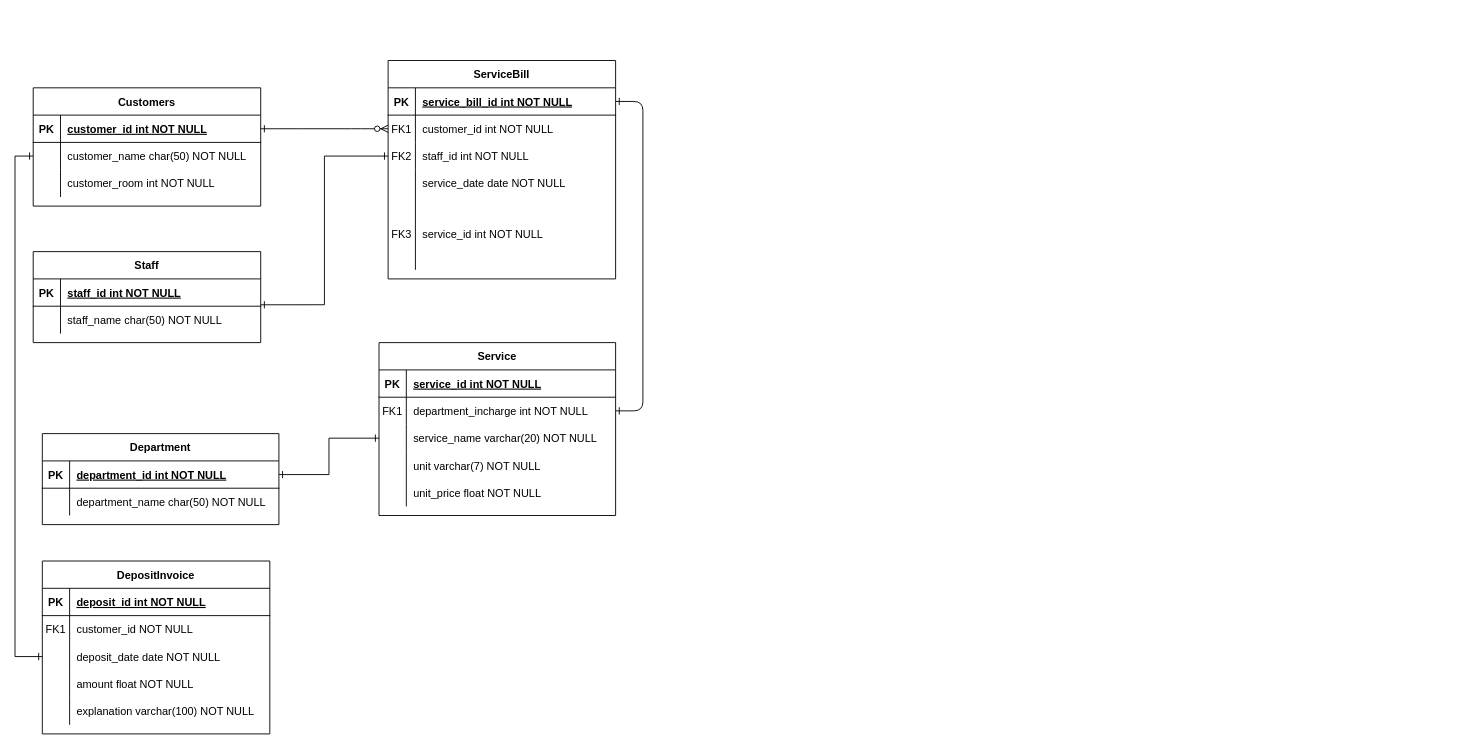
Above: Diagram/Entity Relationship Diagram.drawio in jonathanha52/SE104.L23.PMCL (draw.io), before the change. Source tidied: cells renumbered, new cells numbered last; positions are measured from the earlier drawing's top-left corner, leaving out a move shared by most shapes. Both pictures are drawn from the tidied source at 91%, with x=0, y=0 at pixel (33, 60).
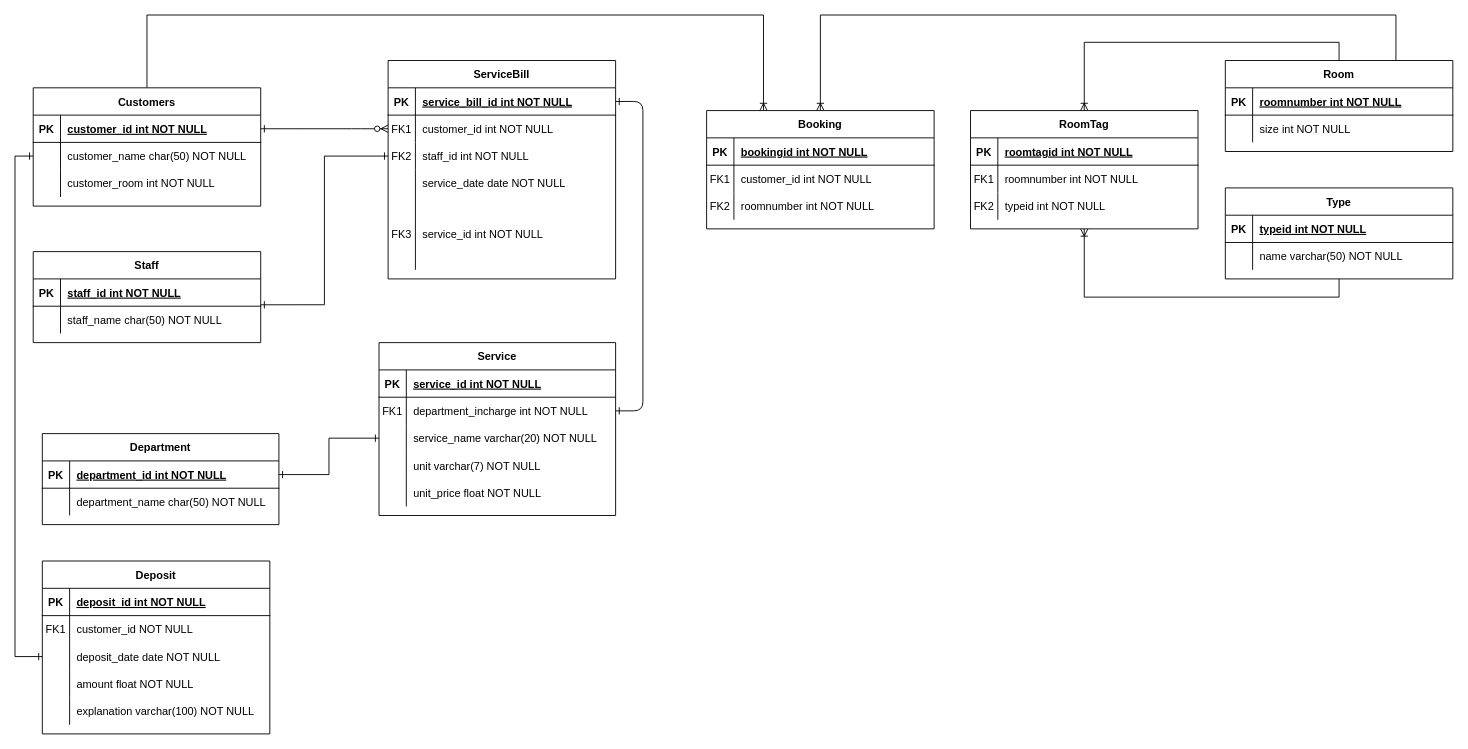
After the change.

Unchanged cells that the change refers to:
```xml
<mxCell id="36" value="Customers" style="shape=table;startSize=30;childLayout=tableLayout;rowLines=0;fontStyle=1;align=center;" parent="1" vertex="1">
  <mxGeometry y="30" width="250" height="130" as="geometry" />
</mxCell>
```

Diff of the diagram source:
```diff
@@
+    <mxCell id="79" style="edgeStyle=orthogonalEdgeStyle;rounded=0;jettySize=auto;html=1;entryX=0.25;entryY=0;entryDx=0;entryDy=0;endArrow=ERoneToMany;endFill=0;" parent="1" edge="1" source="36" target="88">
+      <mxGeometry relative="1" as="geometry">
+        <Array as="points">
+          <mxPoint x="125" y="-50" />
+          <mxPoint x="803" y="-50" />
+        </Array>
+      </mxGeometry>
+    </mxCell>
@@
-    <mxCell id="60" value="DepositInvoice" style="shape=table;startSize=30;childLayout=tableLayout;rowLines=0;fontStyle=1;align=center;" parent="1" vertex="1">
+    <mxCell id="60" value="Deposit" style="shape=table;startSize=30;childLayout=tableLayout;rowLines=0;fontStyle=1;align=center;" parent="1" vertex="1">
       <mxGeometry x="10" y="550" width="250" height="190" as="geometry" />
     </mxCell>
@@
+    <mxCell id="80" style="edgeStyle=orthogonalEdgeStyle;rounded=0;jettySize=auto;html=1;exitX=0.75;exitY=0;exitDx=0;exitDy=0;entryX=0.5;entryY=0;entryDx=0;entryDy=0;endArrow=ERoneToMany;endFill=0;" parent="1" edge="1" source="81" target="88">
+      <mxGeometry relative="1" as="geometry">
+        <Array as="points">
+          <mxPoint x="1498" y="-50" />
+          <mxPoint x="865" y="-50" />
+        </Array>
+      </mxGeometry>
+    </mxCell>
+    <mxCell id="81" value="Room" style="shape=table;startSize=30;childLayout=tableLayout;rowLines=0;fontStyle=1;align=center;" parent="1" vertex="1">
+      <mxGeometry x="1310" width="250" height="100" as="geometry" />
+    </mxCell>
+    <mxCell id="82" style="shape=partialRectangle;fillColor=none;top=0;left=0;right=0;bottom=1;" parent="81" vertex="1">
+      <mxGeometry y="30" width="250" height="30" as="geometry" />
+    </mxCell>
+    <mxCell id="83" value="PK" style="shape=partialRectangle;overflow=hidden;fillColor=none;top=0;left=0;bottom=0;right=0;fontStyle=1;" parent="82" vertex="1">
+      <mxGeometry width="30" height="30" as="geometry" />
+    </mxCell>
+    <mxCell id="84" value="roomnumber int NOT NULL " style="shape=partialRectangle;overflow=hidden;fillColor=none;top=0;left=0;bottom=0;right=0;align=left;spacingLeft=6;fontStyle=5;" parent="82" vertex="1">
+      <mxGeometry x="30" width="220" height="30" as="geometry" />
+    </mxCell>
+    <mxCell id="85" style="shape=partialRectangle;fillColor=none;top=0;left=0;right=0;bottom=0;" parent="81" vertex="1">
+      <mxGeometry y="60" width="250" height="30" as="geometry" />
+    </mxCell>
+    <mxCell id="86" style="shape=partialRectangle;overflow=hidden;fillColor=none;top=0;left=0;bottom=0;right=0;" parent="85" vertex="1">
+      <mxGeometry width="30" height="30" as="geometry" />
+    </mxCell>
+    <mxCell id="87" value="size int NOT NULL" style="shape=partialRectangle;overflow=hidden;fillColor=none;top=0;left=0;bottom=0;right=0;align=left;spacingLeft=6;" parent="85" vertex="1">
+      <mxGeometry x="30" width="220" height="30" as="geometry" />
+    </mxCell>
+    <mxCell id="88" value="Booking" style="shape=table;startSize=30;childLayout=tableLayout;rowLines=0;fontStyle=1;align=center;" parent="1" vertex="1">
+      <mxGeometry x="740" y="55" width="250" height="130" as="geometry" />
+    </mxCell>
+    <mxCell id="89" style="shape=partialRectangle;fillColor=none;top=0;left=0;right=0;bottom=1;" parent="88" vertex="1">
+      <mxGeometry y="30" width="250" height="30" as="geometry" />
+    </mxCell>
+    <mxCell id="90" value="PK" style="shape=partialRectangle;overflow=hidden;fillColor=none;top=0;left=0;bottom=0;right=0;fontStyle=1;" parent="89" vertex="1">
+      <mxGeometry width="30" height="30" as="geometry" />
+    </mxCell>
+    <mxCell id="91" value="bookingid int NOT NULL" style="shape=partialRectangle;overflow=hidden;fillColor=none;top=0;left=0;bottom=0;right=0;align=left;spacingLeft=6;fontStyle=5;" parent="89" vertex="1">
+      <mxGeometry x="30" width="220" height="30" as="geometry" />
+    </mxCell>
+    <mxCell id="92" style="shape=partialRectangle;fillColor=none;top=0;left=0;right=0;bottom=0;" parent="88" vertex="1">
+      <mxGeometry y="60" width="250" height="30" as="geometry" />
+    </mxCell>
+    <mxCell id="93" value="FK1" style="shape=partialRectangle;overflow=hidden;fillColor=none;top=0;left=0;bottom=0;right=0;" parent="92" vertex="1">
+      <mxGeometry width="30" height="30" as="geometry" />
+    </mxCell>
+    <mxCell id="94" value="customer_id int NOT NULL" style="shape=partialRectangle;overflow=hidden;fillColor=none;top=0;left=0;bottom=0;right=0;align=left;spacingLeft=6;" parent="92" vertex="1">
+      <mxGeometry x="30" width="220" height="30" as="geometry" />
+    </mxCell>
+    <mxCell id="95" style="shape=partialRectangle;fillColor=none;top=0;left=0;right=0;bottom=0;" parent="88" vertex="1">
+      <mxGeometry y="90" width="250" height="30" as="geometry" />
+    </mxCell>
+    <mxCell id="96" value="FK2" style="shape=partialRectangle;overflow=hidden;fillColor=none;top=0;left=0;bottom=0;right=0;" parent="95" vertex="1">
+      <mxGeometry width="30" height="30" as="geometry" />
+    </mxCell>
+    <mxCell id="97" value="roomnumber int NOT NULL" style="shape=partialRectangle;overflow=hidden;fillColor=none;top=0;left=0;bottom=0;right=0;align=left;spacingLeft=6;" parent="95" vertex="1">
+      <mxGeometry x="30" width="220" height="30" as="geometry" />
+    </mxCell>
+    <mxCell id="98" style="edgeStyle=orthogonalEdgeStyle;rounded=0;jettySize=auto;html=1;entryX=0.5;entryY=1;entryDx=0;entryDy=0;endArrow=ERoneToMany;endFill=0;exitX=0.5;exitY=1;exitDx=0;exitDy=0;" parent="1" edge="1" source="99" target="106">
+      <mxGeometry relative="1" as="geometry" />
+    </mxCell>
+    <mxCell id="99" value="Type" style="shape=table;startSize=30;childLayout=tableLayout;rowLines=0;fontStyle=1;align=center;" parent="1" vertex="1">
+      <mxGeometry x="1310" y="140" width="250" height="100" as="geometry" />
+    </mxCell>
+    <mxCell id="100" style="shape=partialRectangle;fillColor=none;top=0;left=0;right=0;bottom=1;" parent="99" vertex="1">
+      <mxGeometry y="30" width="250" height="30" as="geometry" />
+    </mxCell>
+    <mxCell id="101" value="PK" style="shape=partialRectangle;overflow=hidden;fillColor=none;top=0;left=0;bottom=0;right=0;fontStyle=1;" parent="100" vertex="1">
+      <mxGeometry width="30" height="30" as="geometry" />
+    </mxCell>
+    <mxCell id="102" value="typeid int NOT NULL " style="shape=partialRectangle;overflow=hidden;fillColor=none;top=0;left=0;bottom=0;right=0;align=left;spacingLeft=6;fontStyle=5;" parent="100" vertex="1">
+      <mxGeometry x="30" width="220" height="30" as="geometry" />
+    </mxCell>
+    <mxCell id="103" style="shape=partialRectangle;fillColor=none;top=0;left=0;right=0;bottom=0;" parent="99" vertex="1">
+      <mxGeometry y="60" width="250" height="30" as="geometry" />
+    </mxCell>
+    <mxCell id="104" style="shape=partialRectangle;overflow=hidden;fillColor=none;top=0;left=0;bottom=0;right=0;" parent="103" vertex="1">
+      <mxGeometry width="30" height="30" as="geometry" />
+    </mxCell>
+    <mxCell id="105" value="name varchar(50) NOT NULL" style="shape=partialRectangle;overflow=hidden;fillColor=none;top=0;left=0;bottom=0;right=0;align=left;spacingLeft=6;" parent="103" vertex="1">
+      <mxGeometry x="30" width="220" height="30" as="geometry" />
+    </mxCell>
+    <mxCell id="106" value="RoomTag" style="shape=table;startSize=30;childLayout=tableLayout;rowLines=0;fontStyle=1;align=center;" parent="1" vertex="1">
+      <mxGeometry x="1030" y="55" width="250" height="130" as="geometry" />
+    </mxCell>
+    <mxCell id="107" style="shape=partialRectangle;fillColor=none;top=0;left=0;right=0;bottom=1;" parent="106" vertex="1">
+      <mxGeometry y="30" width="250" height="30" as="geometry" />
+    </mxCell>
+    <mxCell id="108" value="PK" style="shape=partialRectangle;overflow=hidden;fillColor=none;top=0;left=0;bottom=0;right=0;fontStyle=1;" parent="107" vertex="1">
+      <mxGeometry width="30" height="30" as="geometry" />
+    </mxCell>
+    <mxCell id="109" value="roomtagid int NOT NULL " style="shape=partialRectangle;overflow=hidden;fillColor=none;top=0;left=0;bottom=0;right=0;align=left;spacingLeft=6;fontStyle=5;" parent="107" vertex="1">
+      <mxGeometry x="30" width="220" height="30" as="geometry" />
+    </mxCell>
+    <mxCell id="110" style="shape=partialRectangle;fillColor=none;top=0;left=0;right=0;bottom=0;" parent="106" vertex="1">
+      <mxGeometry y="60" width="250" height="30" as="geometry" />
+    </mxCell>
+    <mxCell id="111" value="FK1" style="shape=partialRectangle;overflow=hidden;fillColor=none;top=0;left=0;bottom=0;right=0;" parent="110" vertex="1">
+      <mxGeometry width="30" height="30" as="geometry" />
+    </mxCell>
+    <mxCell id="112" value="roomnumber int NOT NULL" style="shape=partialRectangle;overflow=hidden;fillColor=none;top=0;left=0;bottom=0;right=0;align=left;spacingLeft=6;" parent="110" vertex="1">
+      <mxGeometry x="30" width="220" height="30" as="geometry" />
+    </mxCell>
+    <mxCell id="113" style="shape=partialRectangle;fillColor=none;top=0;left=0;right=0;bottom=0;" parent="106" vertex="1">
+      <mxGeometry y="90" width="250" height="30" as="geometry" />
+    </mxCell>
+    <mxCell id="114" value="FK2" style="shape=partialRectangle;overflow=hidden;fillColor=none;top=0;left=0;bottom=0;right=0;" parent="113" vertex="1">
+      <mxGeometry width="30" height="30" as="geometry" />
+    </mxCell>
+    <mxCell id="115" value="typeid int NOT NULL" style="shape=partialRectangle;overflow=hidden;fillColor=none;top=0;left=0;bottom=0;right=0;align=left;spacingLeft=6;" parent="113" vertex="1">
+      <mxGeometry x="30" width="220" height="30" as="geometry" />
+    </mxCell>
+    <mxCell id="116" style="edgeStyle=orthogonalEdgeStyle;rounded=0;jettySize=auto;html=1;entryX=0.5;entryY=0;entryDx=0;entryDy=0;endArrow=ERoneToMany;endFill=0;exitX=0.5;exitY=0;exitDx=0;exitDy=0;" parent="1" edge="1" source="81" target="106">
+      <mxGeometry relative="1" as="geometry" />
+    </mxCell>
```
